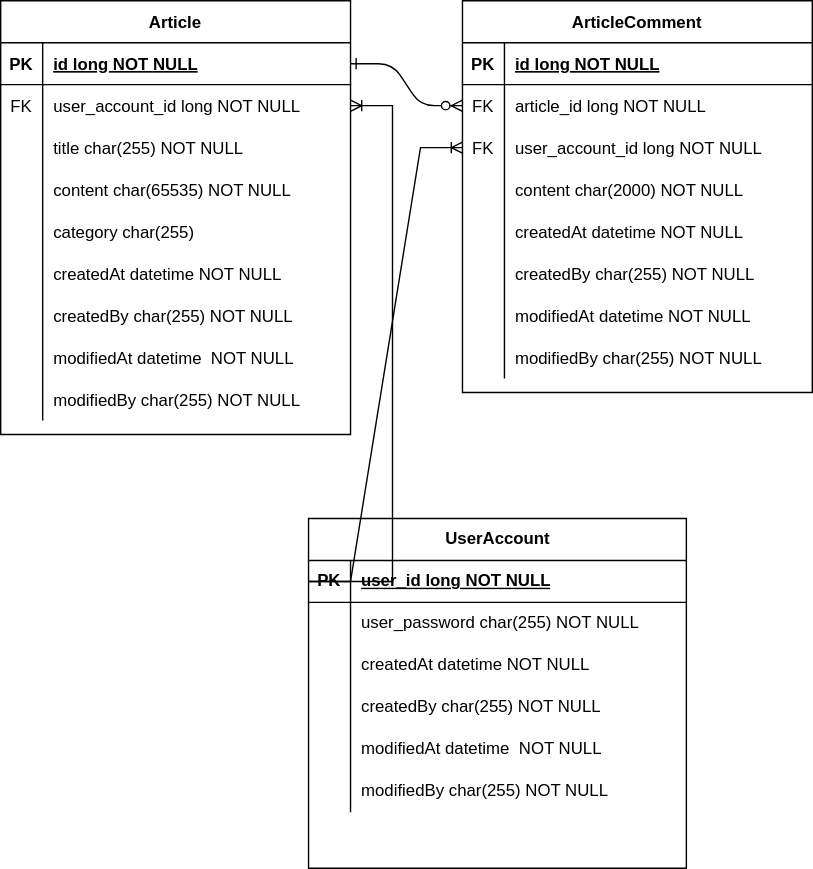
ksw13/bootmoa keeps this draw.io diagram as document/erd.svg. Above is the earlier version. Source tidied: cells renumbered, new cells last; positions are measured from the earlier drawing's top-left corner, leaving out a move shared by most shapes.
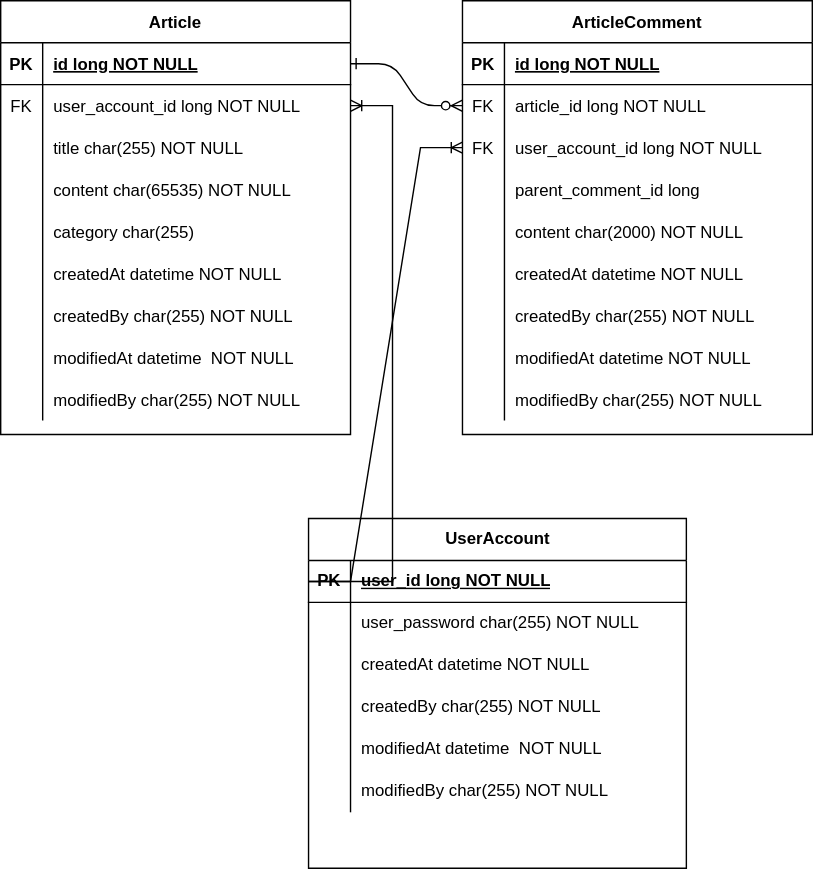
After the change.

Commit message:
docs: #21-대댓글 기능을 위한 erd 수정

What changed in the source:
```diff
@@ -6,7 +6,7 @@
       <mxGeometry relative="1" as="geometry" />
     </mxCell>
     <mxCell id="3" value="ArticleComment" style="shape=table;startSize=30;rowLines=0;fontStyle=1;align=center;" parent="1" vertex="1">
-      <mxGeometry x="330" width="250" height="280" as="geometry" />
+      <mxGeometry x="330" width="250" height="310" as="geometry" />
     </mxCell>
     <mxCell id="4" style="shape=partialRectangle;fillColor=none;top=0;left=0;right=0;bottom=1;" parent="3" vertex="1">
       <mxGeometry y="30" width="250" height="30" as="geometry" />
@@ -35,8 +35,17 @@
     <mxCell id="12" value="user_account_id long NOT NULL" style="shape=partialRectangle;overflow=hidden;fillColor=none;top=0;left=0;bottom=0;right=0;align=left;spacingLeft=6;" parent="10" vertex="1">
       <mxGeometry x="30" width="220" height="30" as="geometry" />
     </mxCell>
+    <mxCell id="78" style="shape=partialRectangle;fillColor=none;top=0;left=0;right=0;bottom=0;" parent="3" vertex="1">
+      <mxGeometry y="120" width="250" height="30" as="geometry" />
+    </mxCell>
+    <mxCell id="79" style="shape=partialRectangle;overflow=hidden;fillColor=none;top=0;left=0;bottom=0;right=0;" parent="78" vertex="1">
+      <mxGeometry width="30" height="30" as="geometry" />
+    </mxCell>
+    <mxCell id="80" value="parent_comment_id long " style="shape=partialRectangle;overflow=hidden;fillColor=none;top=0;left=0;bottom=0;right=0;align=left;spacingLeft=6;" parent="78" vertex="1">
+      <mxGeometry x="30" width="220" height="30" as="geometry" />
+    </mxCell>
     <mxCell id="13" style="shape=partialRectangle;fillColor=none;top=0;left=0;right=0;bottom=0;" parent="3" vertex="1">
-      <mxGeometry y="120" width="250" height="30" as="geometry" />
+      <mxGeometry y="150" width="250" height="30" as="geometry" />
     </mxCell>
     <mxCell id="14" style="shape=partialRectangle;overflow=hidden;fillColor=none;top=0;left=0;bottom=0;right=0;" parent="13" vertex="1">
       <mxGeometry width="30" height="30" as="geometry" />
@@ -45,7 +54,7 @@
       <mxGeometry x="30" width="220" height="30" as="geometry" />
     </mxCell>
     <mxCell id="16" style="shape=partialRectangle;fillColor=none;top=0;left=0;right=0;bottom=0;" parent="3" vertex="1">
-      <mxGeometry y="150" width="250" height="30" as="geometry" />
+      <mxGeometry y="180" width="250" height="30" as="geometry" />
     </mxCell>
     <mxCell id="17" style="shape=partialRectangle;overflow=hidden;fillColor=none;top=0;left=0;bottom=0;right=0;" parent="16" vertex="1">
       <mxGeometry width="30" height="30" as="geometry" />
@@ -54,7 +63,7 @@
       <mxGeometry x="30" width="220" height="30" as="geometry" />
     </mxCell>
     <mxCell id="19" style="shape=partialRectangle;fillColor=none;top=0;left=0;right=0;bottom=0;" parent="3" vertex="1">
-      <mxGeometry y="180" width="250" height="30" as="geometry" />
+      <mxGeometry y="210" width="250" height="30" as="geometry" />
     </mxCell>
     <mxCell id="20" style="shape=partialRectangle;overflow=hidden;fillColor=none;top=0;left=0;bottom=0;right=0;" parent="19" vertex="1">
       <mxGeometry width="30" height="30" as="geometry" />
@@ -63,7 +72,7 @@
       <mxGeometry x="30" width="220" height="30" as="geometry" />
     </mxCell>
     <mxCell id="22" style="shape=partialRectangle;fillColor=none;top=0;left=0;right=0;bottom=0;" parent="3" vertex="1">
-      <mxGeometry y="210" width="250" height="30" as="geometry" />
+      <mxGeometry y="240" width="250" height="30" as="geometry" />
     </mxCell>
     <mxCell id="23" style="shape=partialRectangle;overflow=hidden;fillColor=none;top=0;left=0;bottom=0;right=0;" parent="22" vertex="1">
       <mxGeometry width="30" height="30" as="geometry" />
@@ -72,7 +81,7 @@
       <mxGeometry x="30" width="220" height="30" as="geometry" />
     </mxCell>
     <mxCell id="25" style="shape=partialRectangle;fillColor=none;top=0;left=0;right=0;bottom=0;" parent="3" vertex="1">
-      <mxGeometry y="240" width="250" height="30" as="geometry" />
+      <mxGeometry y="270" width="250" height="30" as="geometry" />
     </mxCell>
     <mxCell id="26" style="shape=partialRectangle;overflow=hidden;fillColor=none;top=0;left=0;bottom=0;right=0;" parent="25" vertex="1">
       <mxGeometry width="30" height="30" as="geometry" />
```
